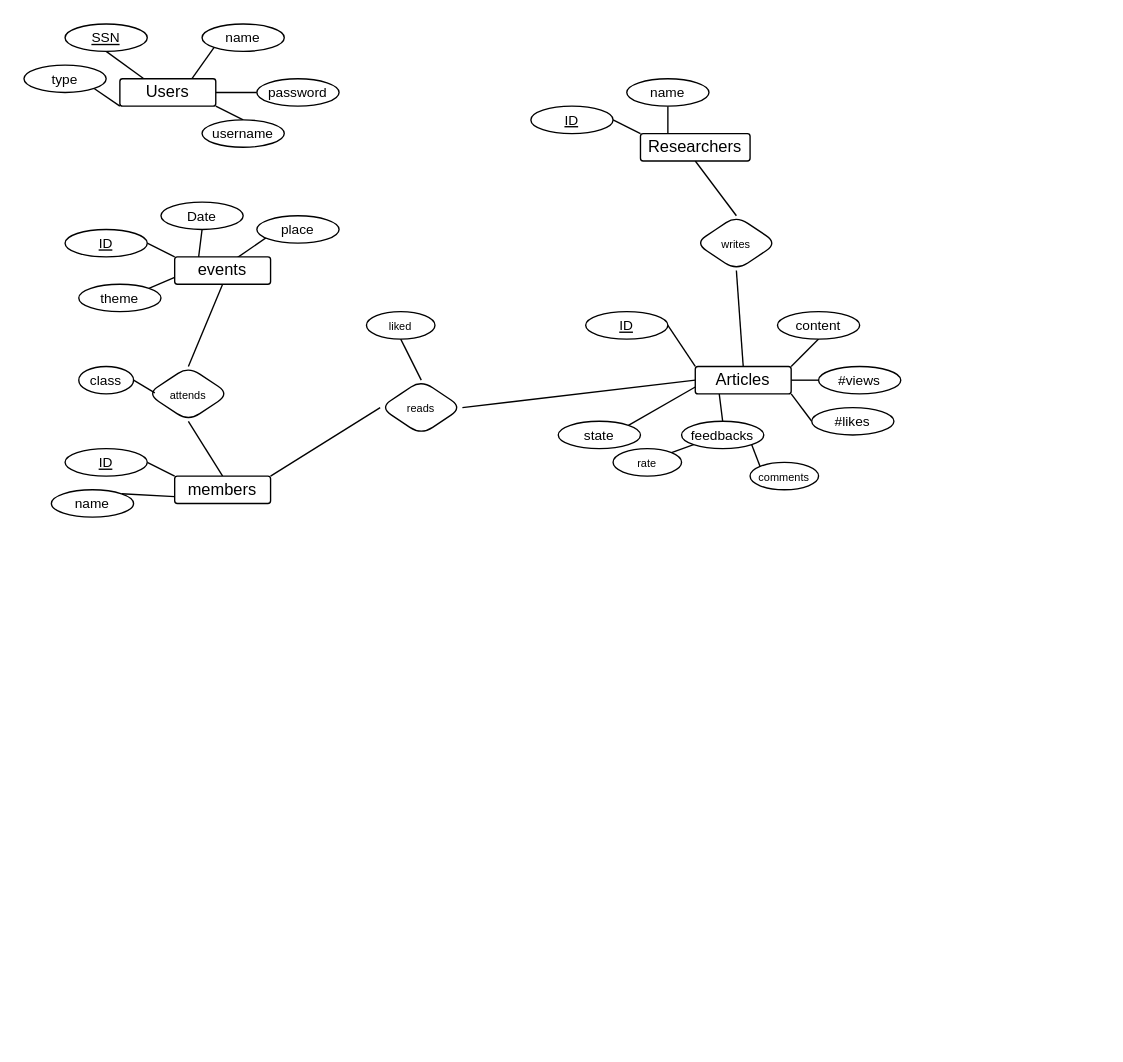
Ahmed-ata112/Museum_APP keeps this draw.io diagram as ER Diagram/museumER.drawio. Above is the earlier version. Source tidied: cells renumbered, new cells numbered last; positions are measured from the earlier drawing's top-left corner, leaving out a move shared by most shapes. Both pictures are drawn from the tidied source at 137%, with x=0, y=0 at pixel (23, 23).
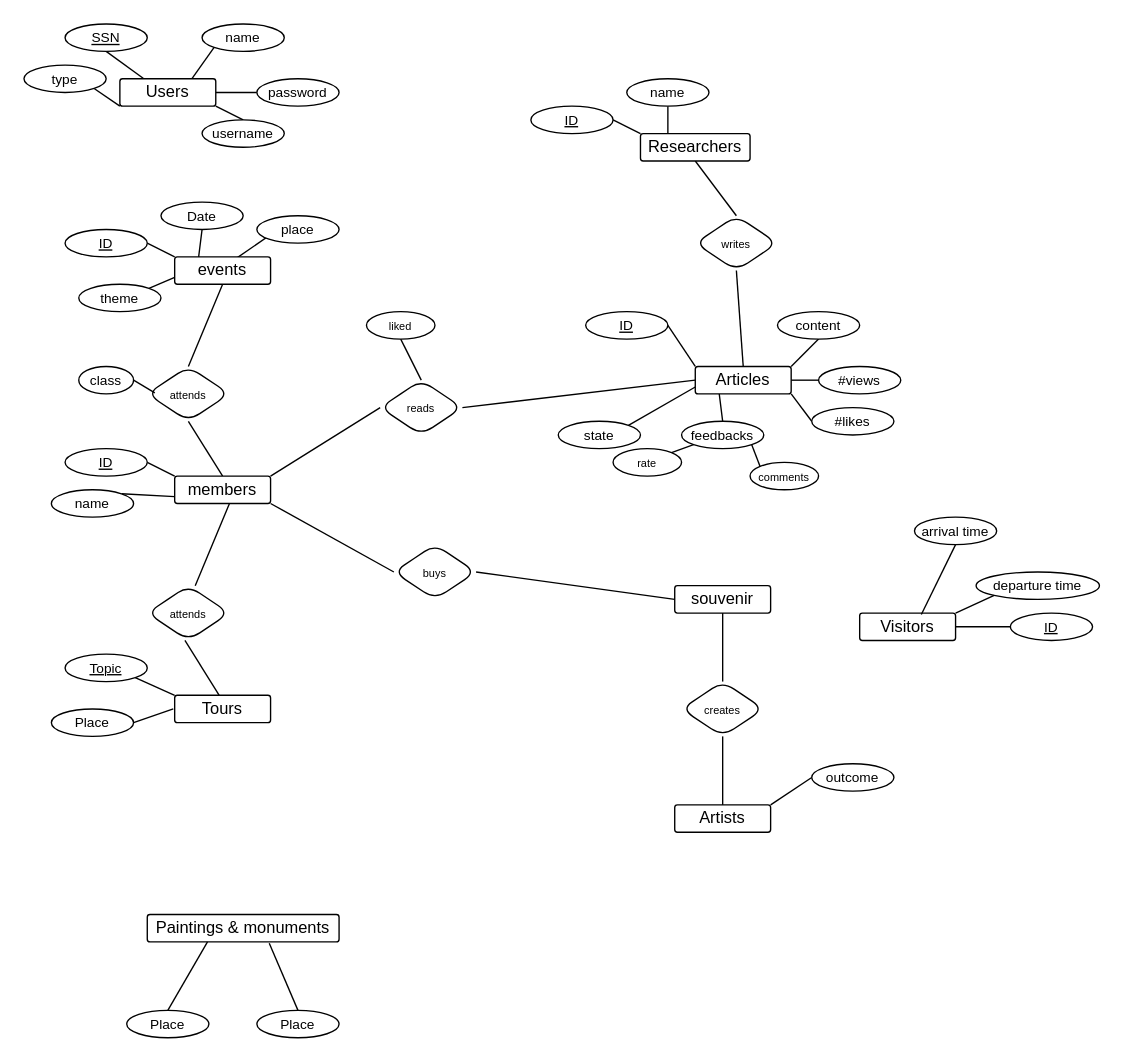
The same diagram, later.

Unchanged cells that the change refers to:
```xml
<mxCell id="35" value="members" style="arcSize=10;whiteSpace=wrap;html=1;align=center;rounded=1;" parent="1" vertex="1">
  <mxGeometry x="110" y="330" width="70" height="20" as="geometry" />
</mxCell>
```

Change to the diagram source:
```diff
@@
+    <mxCell id="62" value="Tours" style="arcSize=10;whiteSpace=wrap;html=1;align=center;rounded=1;" parent="1" vertex="1">
+      <mxGeometry x="110" y="490" width="70" height="20" as="geometry" />
+    </mxCell>
+    <mxCell id="63" value="&lt;font style=&quot;font-size: 8px&quot;&gt;attends&lt;/font&gt;" style="shape=rhombus;perimeter=rhombusPerimeter;whiteSpace=wrap;html=1;align=center;rounded=1;fontSize=10;" parent="1" vertex="1">
+      <mxGeometry x="90" y="410" width="60" height="40" as="geometry" />
+    </mxCell>
+    <mxCell id="64" style="edgeStyle=none;rounded=1;orthogonalLoop=1;jettySize=auto;html=1;exitX=0.5;exitY=1;exitDx=0;exitDy=0;entryX=0.5;entryY=0;entryDx=0;entryDy=0;fontSize=8;endArrow=none;endFill=0;" parent="1" edge="1">
+      <mxGeometry relative="1" as="geometry">
+        <mxPoint x="150" y="350" as="sourcePoint" />
+        <mxPoint x="125" y="410" as="targetPoint" />
+      </mxGeometry>
+    </mxCell>
+    <mxCell id="65" style="edgeStyle=none;rounded=1;orthogonalLoop=1;jettySize=auto;html=1;exitX=0.5;exitY=1;exitDx=0;exitDy=0;entryX=0.5;entryY=0;entryDx=0;entryDy=0;fontSize=8;endArrow=none;endFill=0;" parent="1" edge="1">
+      <mxGeometry relative="1" as="geometry">
+        <mxPoint x="117.5" y="450" as="sourcePoint" />
+        <mxPoint x="142.5" y="490" as="targetPoint" />
+      </mxGeometry>
+    </mxCell>
+    <mxCell id="66" value="&lt;span style=&quot;font-size: 10px&quot;&gt;Place&lt;br&gt;&lt;/span&gt;" style="ellipse;whiteSpace=wrap;html=1;align=center;rounded=1;" parent="1" vertex="1">
+      <mxGeometry x="20" y="500" width="60" height="20" as="geometry" />
+    </mxCell>
+    <mxCell id="67" value="&lt;font style=&quot;font-size: 10px&quot;&gt;&lt;u&gt;Topic&lt;/u&gt;&lt;/font&gt;" style="ellipse;whiteSpace=wrap;html=1;align=center;rounded=1;" parent="1" vertex="1">
+      <mxGeometry x="30" y="460" width="60" height="20" as="geometry" />
+    </mxCell>
+    <mxCell id="68" style="edgeStyle=none;rounded=1;jettySize=auto;html=1;fontSize=10;endArrow=none;endFill=0;entryX=1;entryY=0.5;entryDx=0;entryDy=0;" parent="1" edge="1" target="66">
+      <mxGeometry relative="1" as="geometry">
+        <mxPoint x="109" y="500" as="sourcePoint" />
+      </mxGeometry>
+    </mxCell>
+    <mxCell id="69" style="endArrow=none;html=1;entryX=0;entryY=0;entryDx=0;entryDy=0;exitX=1;exitY=1;exitDx=0;exitDy=0;" parent="1" edge="1" source="67" target="62">
+      <mxGeometry relative="1" as="geometry" />
+    </mxCell>
+    <mxCell id="70" value="Visitors&lt;br&gt;" style="arcSize=10;whiteSpace=wrap;html=1;align=center;rounded=1;" parent="1" vertex="1">
+      <mxGeometry x="610" y="430" width="70" height="20" as="geometry" />
+    </mxCell>
+    <mxCell id="71" value="&lt;span style=&quot;font-size: 10px&quot;&gt;&lt;u&gt;ID&lt;/u&gt;&lt;/span&gt;" style="ellipse;whiteSpace=wrap;html=1;align=center;rounded=1;" parent="1" vertex="1">
+      <mxGeometry x="720" y="430" width="60" height="20" as="geometry" />
+    </mxCell>
+    <mxCell id="72" style="endArrow=none;html=1;entryX=1;entryY=0.5;entryDx=0;entryDy=0;" parent="1" edge="1" target="70">
+      <mxGeometry relative="1" as="geometry">
+        <mxPoint x="720" y="440" as="sourcePoint" />
+      </mxGeometry>
+    </mxCell>
+    <mxCell id="73" value="&lt;span style=&quot;font-size: 10px&quot;&gt;arrival time&lt;/span&gt;" style="ellipse;whiteSpace=wrap;html=1;align=center;rounded=1;" parent="1" vertex="1">
+      <mxGeometry x="650" y="360" width="60" height="20" as="geometry" />
+    </mxCell>
+    <mxCell id="74" value="&lt;span style=&quot;font-size: 10px&quot;&gt;departure time&lt;/span&gt;" style="ellipse;whiteSpace=wrap;html=1;align=center;rounded=1;" parent="1" vertex="1">
+      <mxGeometry x="695" y="400" width="90" height="20" as="geometry" />
+    </mxCell>
+    <mxCell id="75" style="endArrow=none;html=1;exitX=0.643;exitY=0.05;exitDx=0;exitDy=0;exitPerimeter=0;entryX=0.5;entryY=1;entryDx=0;entryDy=0;" parent="1" edge="1" source="70" target="73">
+      <mxGeometry relative="1" as="geometry" />
+    </mxCell>
+    <mxCell id="76" style="endArrow=none;html=1;exitX=1;exitY=0;exitDx=0;exitDy=0;entryX=0;entryY=1;entryDx=0;entryDy=0;" parent="1" edge="1" source="70" target="74">
+      <mxGeometry relative="1" as="geometry" />
+    </mxCell>
+    <mxCell id="77" value="souvenir" style="arcSize=10;whiteSpace=wrap;html=1;align=center;rounded=1;" parent="1" vertex="1">
+      <mxGeometry x="475" y="410" width="70" height="20" as="geometry" />
+    </mxCell>
+    <mxCell id="78" value="&lt;font style=&quot;font-size: 8px&quot;&gt;buys&lt;/font&gt;" style="shape=rhombus;perimeter=rhombusPerimeter;whiteSpace=wrap;html=1;align=center;rounded=1;fontSize=10;" parent="1" vertex="1">
+      <mxGeometry x="270" y="380" width="60" height="40" as="geometry" />
+    </mxCell>
+    <mxCell id="79" style="endArrow=none;html=1;exitX=1;exitY=1;exitDx=0;exitDy=0;entryX=0;entryY=0.5;entryDx=0;entryDy=0;" parent="1" edge="1" source="35" target="78">
+      <mxGeometry relative="1" as="geometry" />
+    </mxCell>
+    <mxCell id="80" style="endArrow=none;html=1;entryX=1;entryY=0.5;entryDx=0;entryDy=0;exitX=0;exitY=0.5;exitDx=0;exitDy=0;" parent="1" edge="1" source="77" target="78">
+      <mxGeometry relative="1" as="geometry" />
+    </mxCell>
+    <mxCell id="81" value="&lt;font style=&quot;font-size: 8px&quot;&gt;creates&lt;/font&gt;" style="shape=rhombus;perimeter=rhombusPerimeter;whiteSpace=wrap;html=1;align=center;rounded=1;fontSize=10;" parent="1" vertex="1">
+      <mxGeometry x="480" y="480" width="60" height="40" as="geometry" />
+    </mxCell>
+    <mxCell id="82" style="endArrow=none;html=1;entryX=0.5;entryY=1;entryDx=0;entryDy=0;exitX=0.5;exitY=0;exitDx=0;exitDy=0;" parent="1" edge="1" source="81" target="77">
+      <mxGeometry relative="1" as="geometry" />
+    </mxCell>
+    <mxCell id="83" value="Artists" style="arcSize=10;whiteSpace=wrap;html=1;align=center;rounded=1;" parent="1" vertex="1">
+      <mxGeometry x="475" y="570" width="70" height="20" as="geometry" />
+    </mxCell>
+    <mxCell id="84" style="endArrow=none;html=1;entryX=0.5;entryY=1;entryDx=0;entryDy=0;exitX=0.5;exitY=0;exitDx=0;exitDy=0;" parent="1" edge="1" source="83" target="81">
+      <mxGeometry relative="1" as="geometry" />
+    </mxCell>
+    <mxCell id="85" style="endArrow=none;html=1;entryX=0;entryY=0.5;entryDx=0;entryDy=0;exitX=1;exitY=0;exitDx=0;exitDy=0;" parent="1" edge="1" source="83" target="86">
+      <mxGeometry relative="1" as="geometry" />
+    </mxCell>
+    <mxCell id="86" value="&lt;span style=&quot;font-size: 10px&quot;&gt;outcome&lt;/span&gt;" style="ellipse;whiteSpace=wrap;html=1;align=center;rounded=1;" parent="1" vertex="1">
+      <mxGeometry x="575" y="540" width="60" height="20" as="geometry" />
+    </mxCell>
+    <mxCell id="87" value="Paintings &amp;amp; monuments" style="arcSize=10;whiteSpace=wrap;html=1;align=center;rounded=1;" parent="1" vertex="1">
+      <mxGeometry x="90" y="650" width="140" height="20" as="geometry" />
+    </mxCell>
+    <mxCell id="88" value="&lt;span style=&quot;font-size: 10px&quot;&gt;Place&lt;br&gt;&lt;/span&gt;" style="ellipse;whiteSpace=wrap;html=1;align=center;rounded=1;" parent="1" vertex="1">
+      <mxGeometry x="75" y="720" width="60" height="20" as="geometry" />
+    </mxCell>
+    <mxCell id="89" value="&lt;span style=&quot;font-size: 10px&quot;&gt;Place&lt;br&gt;&lt;/span&gt;" style="ellipse;whiteSpace=wrap;html=1;align=center;rounded=1;" parent="1" vertex="1">
+      <mxGeometry x="170" y="720" width="60" height="20" as="geometry" />
+    </mxCell>
+    <mxCell id="90" style="endArrow=none;html=1;exitX=0.314;exitY=1;exitDx=0;exitDy=0;entryX=0.5;entryY=0;entryDx=0;entryDy=0;exitPerimeter=0;" parent="1" edge="1" source="87" target="88">
+      <mxGeometry relative="1" as="geometry" />
+    </mxCell>
+    <mxCell id="91" style="endArrow=none;html=1;exitX=0.636;exitY=1.05;exitDx=0;exitDy=0;entryX=0.5;entryY=0;entryDx=0;entryDy=0;exitPerimeter=0;" parent="1" edge="1" source="87" target="89">
+      <mxGeometry relative="1" as="geometry" />
+    </mxCell>
```
